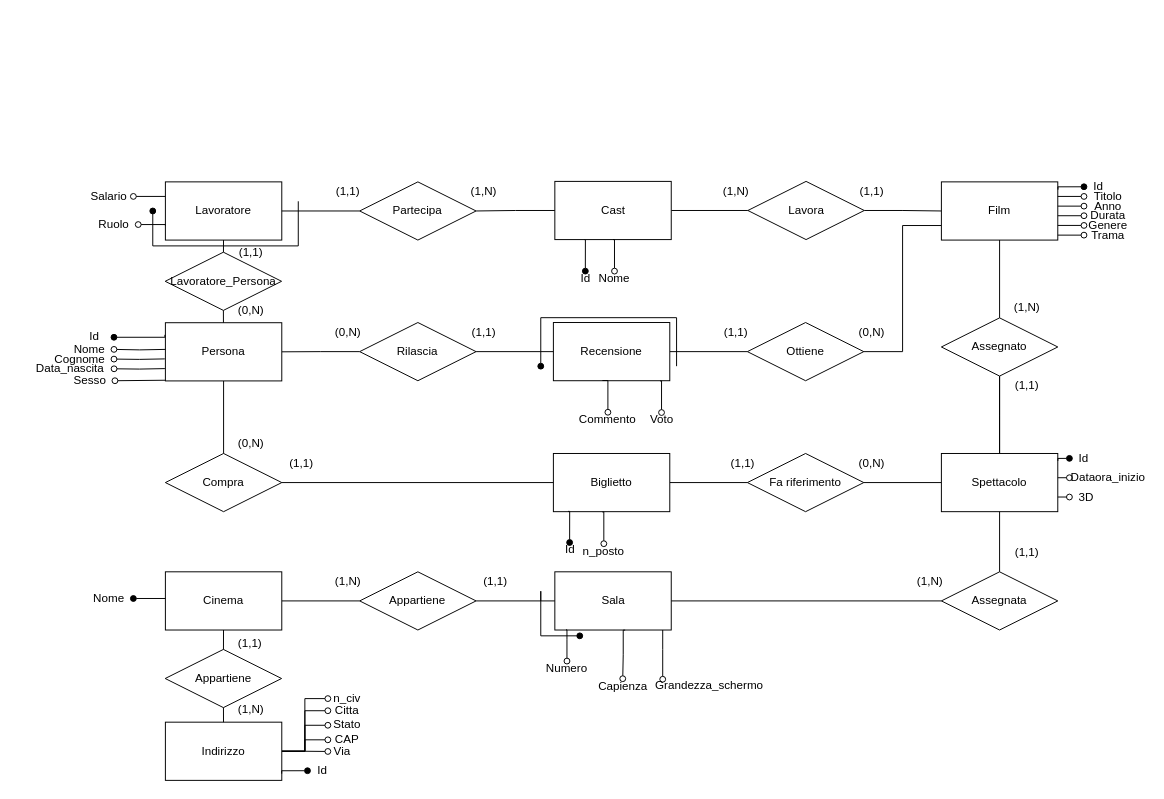
This is SchemaER_Rev.drawio from ToldoDM/UDBP, a draw.io file, before an edit. Source tidied: cells renumbered, new cells numbered last; positions are measured from the earlier drawing's top-left corner, leaving out a move shared by most shapes. Both pictures are drawn from the tidied source at 97%, with x=0, y=0 at pixel (16, 16).
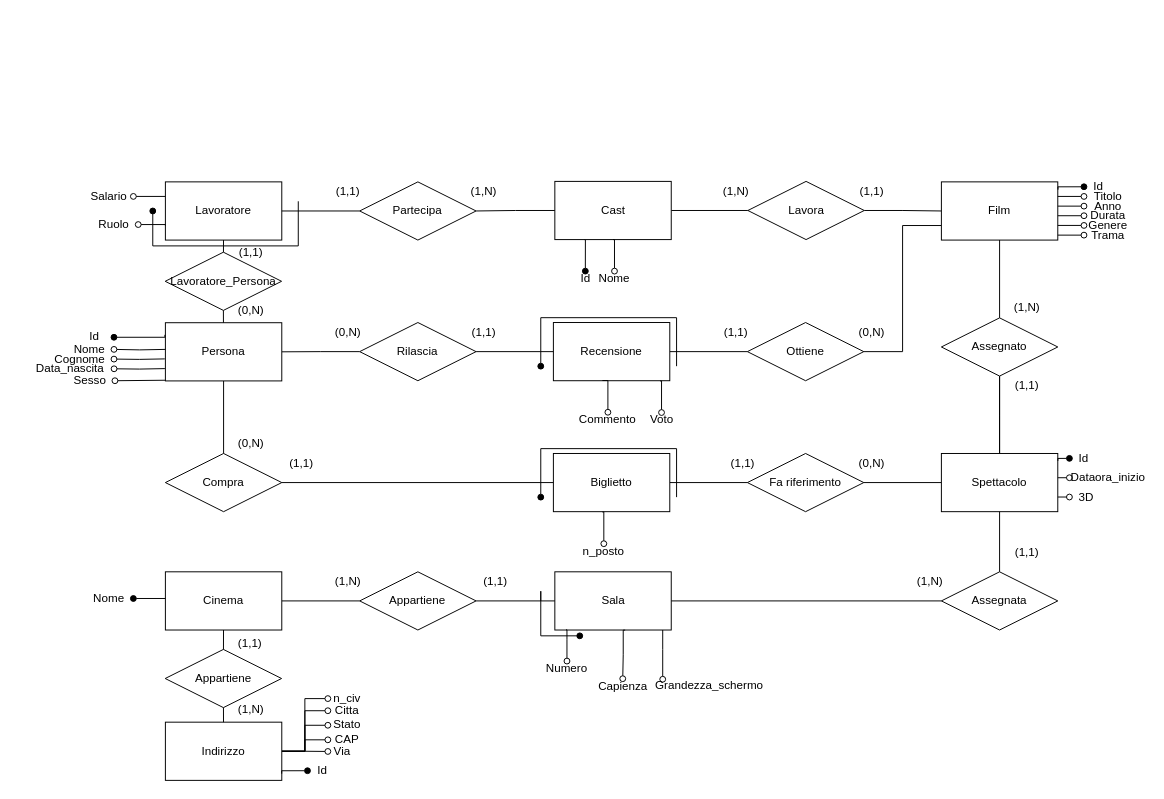
After the change.

Diff of the diagram source:
```diff
@@
-    <mxCell id="83" style="edgeStyle=orthogonalEdgeStyle;rounded=0;jettySize=auto;html=1;exitX=0.25;exitY=1;exitDx=0;exitDy=0;endArrow=oval;endFill=1;entryX=0.5;entryY=0;entryDx=0;entryDy=0;" parent="1" edge="1" target="84">
-      <mxGeometry relative="1" as="geometry">
-        <mxPoint x="568.1" y="509.7" as="sourcePoint" />
-        <Array as="points">
-          <mxPoint x="569.3" y="509.3" />
-        </Array>
-      </mxGeometry>
-    </mxCell>
-    <mxCell id="84" value="Id" style="text;html=1;strokeColor=none;fillColor=none;align=center;verticalAlign=middle;whiteSpace=wrap;rounded=0;" parent="1" vertex="1">
-      <mxGeometry x="554.5" y="541.8" width="30.5" height="15" as="geometry" />
-    </mxCell>
@@
+    <mxCell id="136" style="edgeStyle=orthogonalEdgeStyle;rounded=0;orthogonalLoop=1;jettySize=auto;html=1;endArrow=oval;endFill=1;" parent="1" edge="1">
+      <mxGeometry relative="1" as="geometry">
+        <mxPoint x="680" y="495" as="sourcePoint" />
+        <mxPoint x="540" y="495" as="targetPoint" />
+        <Array as="points">
+          <mxPoint x="680" y="445" />
+          <mxPoint x="540" y="445" />
+        </Array>
+      </mxGeometry>
+    </mxCell>
```
